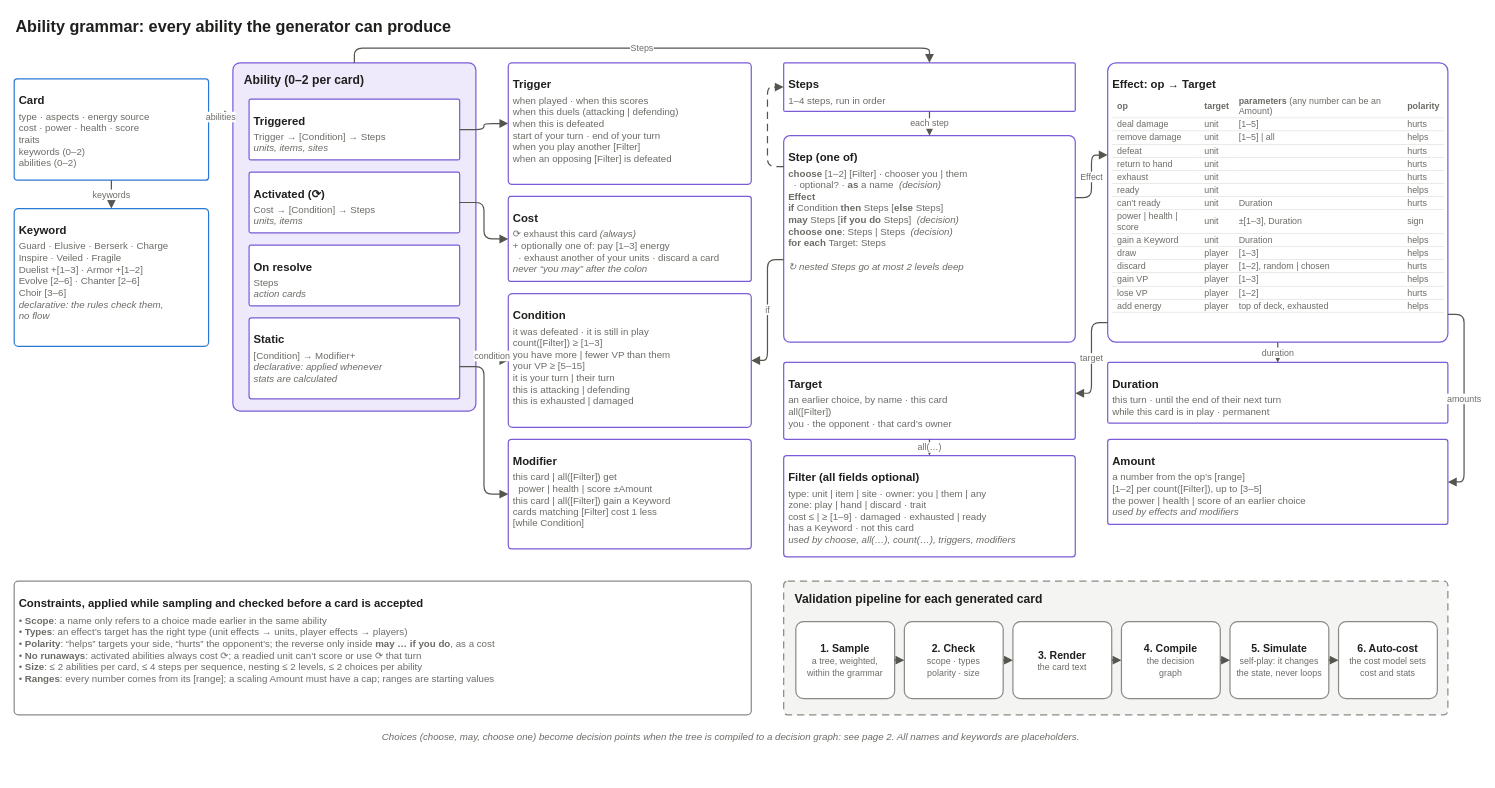
Before: page "ability_grammar" (3 of 3) of docs/architecture.drawio in mattdown/TCG-Project, a draw.io diagram. Source tidied: cells renumbered, new cells numbered last; positions are measured from the earlier drawing's top-left corner, leaving out a move shared by most shapes. Both pictures are drawn from the tidied source at 81%, with x=0, y=0 at pixel (14, 14).
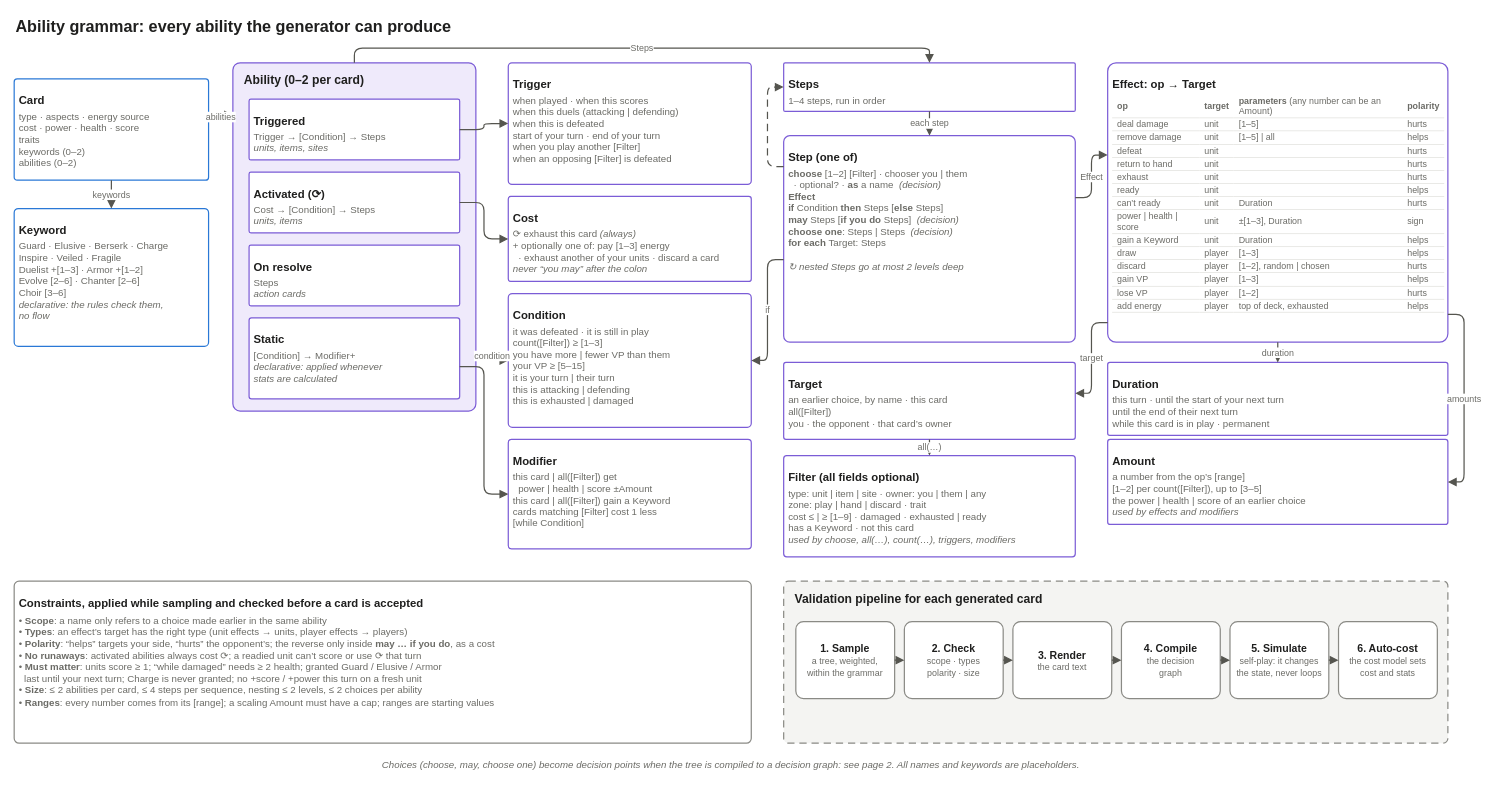
Above is the later version.

Change to the diagram source:
```diff
@@
-    <mxCell id="30" value="&lt;b style=&quot;font-size:14px&quot;&gt;Duration&lt;/b&gt;&lt;br&gt;&lt;span style=&quot;font-size:12px;color:#6b6b66&quot;&gt;&lt;div style='text-align:left;margin-top:4px'&gt;this turn · until the end of their next turn&lt;br&gt;while this card is in play · permanent&lt;/div&gt;&lt;/span&gt;" style="rounded=1;arcSize=10;whiteSpace=wrap;html=1;fillColor=#ffffff;strokeColor=#7b5cd6;strokeWidth=1.5;fontFamily=Helvetica;fontSize=13;fontColor=#1f1f1e;spacing=6;align=left;verticalAlign=top;arcSize=3;spacingTop=8;" parent="1" vertex="1">
-      <mxGeometry x="1350" y="430" width="420" height="75" as="geometry" />
+    <mxCell id="30" value="&lt;b style=&quot;font-size:14px&quot;&gt;Duration&lt;/b&gt;&lt;br&gt;&lt;span style=&quot;font-size:12px;color:#6b6b66&quot;&gt;&lt;div style='text-align:left;margin-top:4px'&gt;this turn · until the start of your next turn&lt;br&gt;until the end of their next turn&lt;br&gt;while this card is in play · permanent&lt;/div&gt;&lt;/span&gt;" style="rounded=1;arcSize=10;whiteSpace=wrap;html=1;fillColor=#ffffff;strokeColor=#7b5cd6;strokeWidth=1.5;fontFamily=Helvetica;fontSize=13;fontColor=#1f1f1e;spacing=6;align=left;verticalAlign=top;arcSize=3;spacingTop=8;" parent="1" vertex="1">
+      <mxGeometry x="1350" y="430" width="420" height="90" as="geometry" />
     </mxCell>
@@
-    <mxCell id="36" value="&lt;b style=&quot;font-size:14px&quot;&gt;Constraints, applied while sampling and checked before a card is accepted&lt;/b&gt;&lt;br&gt;&lt;span style=&quot;font-size:12px;color:#6b6b66&quot;&gt;&lt;div style='text-align:left;margin-top:6px'&gt;• &lt;b&gt;Scope&lt;/b&gt;: a name only refers to a choice made earlier in the same ability&lt;br&gt;• &lt;b&gt;Types&lt;/b&gt;: an effect’s target has the right type (unit effects → units, player effects → players)&lt;br&gt;• &lt;b&gt;Polarity&lt;/b&gt;: “helps” targets your side, “hurts” the opponent’s; the reverse only inside &lt;b&gt;may … if you do&lt;/b&gt;, as a cost&lt;br&gt;• &lt;b&gt;No runaways&lt;/b&gt;: activated abilities always cost ⟳; a readied unit can’t score or use ⟳ that turn&lt;br&gt;• &lt;b&gt;Size&lt;/b&gt;: ≤ 2 abilities per card, ≤ 4 steps per sequence, nesting ≤ 2 levels, ≤ 2 choices per ability&lt;br&gt;• &lt;b&gt;Ranges&lt;/b&gt;: every number comes from its [range]; a scaling Amount must have a cap; ranges are starting values&lt;/div&gt;&lt;/span&gt;" style="rounded=1;arcSize=10;whiteSpace=wrap;html=1;fillColor=#ffffff;strokeColor=#8a8a85;strokeWidth=1.5;fontFamily=Helvetica;fontSize=13;fontColor=#1f1f1e;spacing=6;align=left;verticalAlign=top;arcSize=3;spacingTop=8;" parent="1" vertex="1">
-      <mxGeometry y="700" width="910" height="165" as="geometry" />
+    <mxCell id="36" value="&lt;b style=&quot;font-size:14px&quot;&gt;Constraints, applied while sampling and checked before a card is accepted&lt;/b&gt;&lt;br&gt;&lt;span style=&quot;font-size:12px;color:#6b6b66&quot;&gt;&lt;div style='text-align:left;margin-top:6px'&gt;• &lt;b&gt;Scope&lt;/b&gt;: a name only refers to a choice made earlier in the same ability&lt;br&gt;• &lt;b&gt;Types&lt;/b&gt;: an effect’s target has the right type (unit effects → units, player effects → players)&lt;br&gt;• &lt;b&gt;Polarity&lt;/b&gt;: “helps” targets your side, “hurts” the opponent’s; the reverse only inside &lt;b&gt;may … if you do&lt;/b&gt;, as a cost&lt;br&gt;• &lt;b&gt;No runaways&lt;/b&gt;: activated abilities always cost ⟳; a readied unit can’t score or use ⟳ that turn&lt;br&gt;• &lt;b&gt;Must matter&lt;/b&gt;: units score ≥ 1; “while damaged” needs ≥ 2 health; granted Guard / Elusive / Armor&lt;br&gt;&amp;nbsp;&amp;nbsp;last until your next turn; Charge is never granted; no +score / +power this turn on a fresh unit&lt;br&gt;• &lt;b&gt;Size&lt;/b&gt;: ≤ 2 abilities per card, ≤ 4 steps per sequence, nesting ≤ 2 levels, ≤ 2 choices per ability&lt;br&gt;• &lt;b&gt;Ranges&lt;/b&gt;: every number comes from its [range]; a scaling Amount must have a cap; ranges are starting values&lt;/div&gt;&lt;/span&gt;" style="rounded=1;arcSize=10;whiteSpace=wrap;html=1;fillColor=#ffffff;strokeColor=#8a8a85;strokeWidth=1.5;fontFamily=Helvetica;fontSize=13;fontColor=#1f1f1e;spacing=6;align=left;verticalAlign=top;arcSize=3;spacingTop=8;" parent="1" vertex="1">
+      <mxGeometry y="700" width="910" height="200" as="geometry" />
     </mxCell>
     <mxCell id="37" value="Validation pipeline for each generated card" style="rounded=1;arcSize=3;whiteSpace=wrap;html=1;fillColor=#f4f4f2;strokeColor=#8a8a85;strokeWidth=1.5;verticalAlign=top;align=left;spacingLeft=12;spacingTop=6;fontFamily=Helvetica;fontSize=15;fontStyle=1;fontColor=#1f1f1e;dashed=1;dashPattern=6 4;" parent="1" vertex="1">
-      <mxGeometry x="950" y="700" width="820" height="165" as="geometry" />
+      <mxGeometry x="950" y="700" width="820" height="200" as="geometry" />
     </mxCell>
@@
     <mxCell id="49" value="Choices (choose, may, choose one) become decision points when the tree is compiled to a decision graph: see page 2. All names and keywords are placeholders." style="text;html=1;whiteSpace=wrap;align=center;verticalAlign=middle;fontFamily=Helvetica;fontSize=12;fontColor=#6b6b66;fontStyle=2;" parent="1" vertex="1">
-      <mxGeometry y="880" width="1770" height="24" as="geometry" />
+      <mxGeometry y="915" width="1770" height="24" as="geometry" />
     </mxCell>
```
